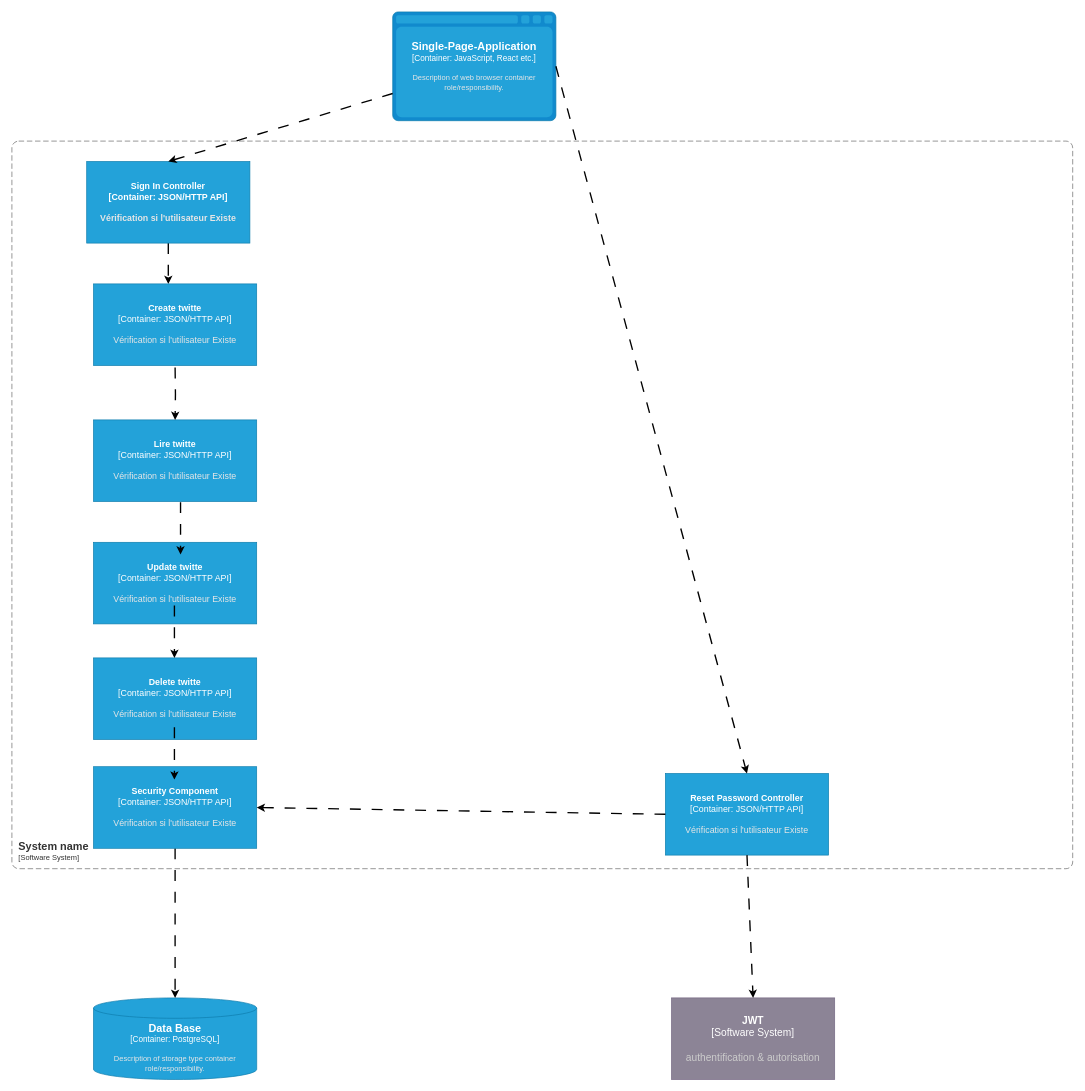
The draw.io diagram page "composant" (3 of 4) of Diagramme sans nom.drawio in SALVA243/AP-TWITTER, before the edit. Source tidied: cells renumbered, new cells numbered last; positions are measured from the earlier drawing's top-left corner, leaving out a move shared by most shapes. Both pictures are drawn from the tidied source at 68%, with x=0, y=0 at pixel (12, 12).
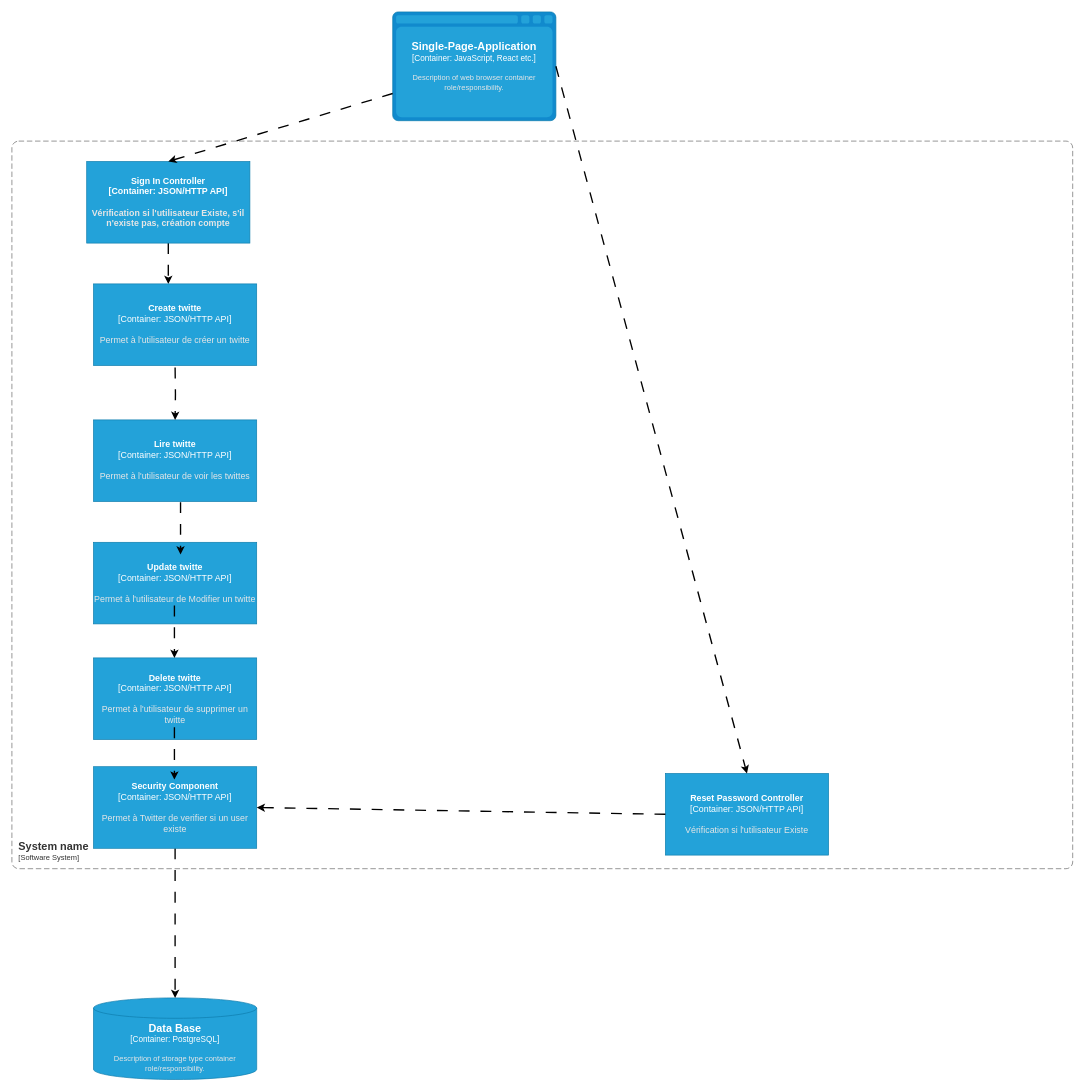
Above is the later version.

The change refers to these unchanged cells:
```xml
<object id="8" label="&lt;font style=&quot;font-size: 13px;&quot;&gt;&lt;b style=&quot;font-size: 13px;&quot;&gt;%c4Name%&lt;/b&gt;&lt;/font&gt;&lt;div style=&quot;font-size: 13px;&quot;&gt;[%c4Type%: %c4Technology%]&lt;/div&gt;&lt;br style=&quot;font-size: 13px;&quot;&gt;&lt;div style=&quot;font-size: 13px;&quot;&gt;&lt;font style=&quot;font-size: 13px;&quot;&gt;&lt;font color=&quot;#E6E6E6&quot; style=&quot;font-size: 13px;&quot;&gt;%c4Description%&lt;/font&gt;&lt;/font&gt;&lt;/div&gt;" c4Description="Vérification si l'utilisateur Existe" c4Name="Reset Password Controller" c4Technology="JSON/HTTP API" c4Type="Container" placeholders="1">
  <mxCell style="rounded=1;whiteSpace=wrap;html=1;fontSize=13;labelBackgroundColor=none;fillColor=#23A2D9;fontColor=#ffffff;align=center;arcSize=0;strokeColor=#0E7DAD;points=[[0.25,0,0],[0.5,0,0],[0.75,0,0],[1,0.25,0],[1,0.5,0],[1,0.75,0],[0.75,1,0],[0.5,1,0],[0.25,1,0],[0,0.75,0],[0,0.5,0],[0,0.25,0]];" parent="1" vertex="1">
    <mxGeometry x="961" y="1120" width="240" height="120" as="geometry" />
  </mxCell>
</object>
```

Change to the diagram source:
```diff
@@
-    <object id="2" label="&lt;font style=&quot;font-size: 15px;&quot;&gt;&lt;b style=&quot;font-size: 15px;&quot;&gt;%c4Name%&lt;/b&gt;&lt;/font&gt;&lt;div style=&quot;font-size: 15px;&quot;&gt;[%c4Type%]&lt;/div&gt;&lt;br style=&quot;font-size: 15px;&quot;&gt;&lt;div style=&quot;font-size: 15px;&quot;&gt;&lt;font style=&quot;font-size: 15px;&quot;&gt;&lt;font color=&quot;#cccccc&quot; style=&quot;font-size: 15px;&quot;&gt;%c4Description%&lt;/font&gt;&lt;/font&gt;&lt;/div&gt;" c4Description="authentification &amp; autorisation" c4Name="JWT" c4Type="Software System" placeholders="1">
-      <mxCell style="rounded=1;whiteSpace=wrap;html=1;labelBackgroundColor=none;fillColor=#8C8496;fontColor=#ffffff;align=center;arcSize=0;strokeColor=#736782;points=[[0.25,0,0],[0.5,0,0],[0.75,0,0],[1,0.25,0],[1,0.5,0],[1,0.75,0],[0.75,1,0],[0.5,1,0],[0.25,1,0],[0,0.75,0],[0,0.5,0],[0,0.25,0]];fontSize=15;" parent="1" vertex="1">
-        <mxGeometry x="970" y="1450" width="240" height="120" as="geometry" />
-      </mxCell>
-    </object>
@@
-    <object id="5" label="&lt;font style=&quot;font-size: 13px;&quot;&gt;&lt;span style=&quot;font-size: 13px;&quot;&gt;%c4Name%&lt;/span&gt;&lt;/font&gt;&lt;div style=&quot;font-size: 13px;&quot;&gt;[%c4Type%: %c4Technology%]&lt;/div&gt;&lt;br style=&quot;font-size: 13px;&quot;&gt;&lt;div style=&quot;font-size: 13px;&quot;&gt;&lt;font style=&quot;font-size: 13px;&quot;&gt;&lt;font color=&quot;#E6E6E6&quot; style=&quot;font-size: 13px;&quot;&gt;%c4Description%&lt;/font&gt;&lt;/font&gt;&lt;/div&gt;" c4Description="Vérification si l'utilisateur Existe" c4Name="Sign In Controller" c4Technology="JSON/HTTP API" c4Type="Container" placeholders="1">
+    <object id="5" label="&lt;font style=&quot;font-size: 13px;&quot;&gt;&lt;span style=&quot;font-size: 13px;&quot;&gt;%c4Name%&lt;/span&gt;&lt;/font&gt;&lt;div style=&quot;font-size: 13px;&quot;&gt;[%c4Type%: %c4Technology%]&lt;/div&gt;&lt;br style=&quot;font-size: 13px;&quot;&gt;&lt;div style=&quot;font-size: 13px;&quot;&gt;&lt;font style=&quot;font-size: 13px;&quot;&gt;&lt;font color=&quot;#E6E6E6&quot; style=&quot;font-size: 13px;&quot;&gt;%c4Description%&lt;/font&gt;&lt;/font&gt;&lt;/div&gt;" c4Description="Vérification si l'utilisateur Existe, s'il n'existe pas, création compte" c4Name="Sign In Controller" c4Technology="JSON/HTTP API" c4Type="Container" placeholders="1">
       <mxCell style="rounded=1;whiteSpace=wrap;html=1;fontSize=13;labelBackgroundColor=none;fillColor=#23A2D9;fontColor=#ffffff;align=center;arcSize=0;strokeColor=#0E7DAD;points=[[0.25,0,0],[0.5,0,0],[0.75,0,0],[1,0.25,0],[1,0.5,0],[1,0.75,0],[0.75,1,0],[0.5,1,0],[0.25,1,0],[0,0.75,0],[0,0.5,0],[0,0.25,0]];fontStyle=1;" parent="1" vertex="1">
         <mxGeometry x="110" y="220" width="240" height="120" as="geometry" />
       </mxCell>
     </object>
@@
-    <object id="10" label="&lt;font style=&quot;font-size: 13px;&quot;&gt;&lt;b style=&quot;font-size: 13px;&quot;&gt;%c4Name%&lt;/b&gt;&lt;/font&gt;&lt;div style=&quot;font-size: 13px;&quot;&gt;[%c4Type%: %c4Technology%]&lt;/div&gt;&lt;br style=&quot;font-size: 13px;&quot;&gt;&lt;div style=&quot;font-size: 13px;&quot;&gt;&lt;font style=&quot;font-size: 13px;&quot;&gt;&lt;font color=&quot;#E6E6E6&quot; style=&quot;font-size: 13px;&quot;&gt;%c4Description%&lt;/font&gt;&lt;/font&gt;&lt;/div&gt;" c4Description="Vérification si l'utilisateur Existe" c4Name="Security Component" c4Technology="JSON/HTTP API" c4Type="Container" placeholders="1">
+    <object id="10" label="&lt;font style=&quot;font-size: 13px;&quot;&gt;&lt;b style=&quot;font-size: 13px;&quot;&gt;%c4Name%&lt;/b&gt;&lt;/font&gt;&lt;div style=&quot;font-size: 13px;&quot;&gt;[%c4Type%: %c4Technology%]&lt;/div&gt;&lt;br style=&quot;font-size: 13px;&quot;&gt;&lt;div style=&quot;font-size: 13px;&quot;&gt;&lt;font style=&quot;font-size: 13px;&quot;&gt;&lt;font color=&quot;#E6E6E6&quot; style=&quot;font-size: 13px;&quot;&gt;%c4Description%&lt;/font&gt;&lt;/font&gt;&lt;/div&gt;" c4Description="Permet à Twitter de verifier si un user existe " c4Name="Security Component" c4Technology="JSON/HTTP API" c4Type="Container" placeholders="1">
       <mxCell style="rounded=1;whiteSpace=wrap;html=1;fontSize=13;labelBackgroundColor=none;fillColor=#23A2D9;fontColor=#ffffff;align=center;arcSize=0;strokeColor=#0E7DAD;points=[[0.25,0,0],[0.5,0,0],[0.75,0,0],[1,0.25,0],[1,0.5,0],[1,0.75,0],[0.75,1,0],[0.5,1,0],[0.25,1,0],[0,0.75,0],[0,0.5,0],[0,0.25,0]];" parent="1" vertex="1">
         <mxGeometry x="120" y="1110" width="240" height="120" as="geometry" />
       </mxCell>
     </object>
@@
-    <mxCell id="13" style="endArrow=classic;html=1;rounded=0;entryX=0.5;entryY=0;entryDx=0;entryDy=0;entryPerimeter=0;exitX=0.5;exitY=1;exitDx=0;exitDy=0;exitPerimeter=0;dashed=1;dashPattern=8 8;strokeWidth=2;" parent="1" edge="1" source="8" target="2">
-      <mxGeometry relative="1" as="geometry" />
-    </mxCell>
@@
-    <object id="15" label="&lt;font style=&quot;font-size: 13px;&quot;&gt;&lt;b style=&quot;font-size: 13px;&quot;&gt;%c4Name%&lt;/b&gt;&lt;/font&gt;&lt;div style=&quot;font-size: 13px;&quot;&gt;[%c4Type%: %c4Technology%]&lt;/div&gt;&lt;br style=&quot;font-size: 13px;&quot;&gt;&lt;div style=&quot;font-size: 13px;&quot;&gt;&lt;font style=&quot;font-size: 13px;&quot;&gt;&lt;font color=&quot;#E6E6E6&quot; style=&quot;font-size: 13px;&quot;&gt;%c4Description%&lt;/font&gt;&lt;/font&gt;&lt;/div&gt;" c4Description="Vérification si l'utilisateur Existe" c4Name="Create twitte" c4Technology="JSON/HTTP API" c4Type="Container" placeholders="1">
+    <object id="15" label="&lt;font style=&quot;font-size: 13px;&quot;&gt;&lt;b style=&quot;font-size: 13px;&quot;&gt;%c4Name%&lt;/b&gt;&lt;/font&gt;&lt;div style=&quot;font-size: 13px;&quot;&gt;[%c4Type%: %c4Technology%]&lt;/div&gt;&lt;br style=&quot;font-size: 13px;&quot;&gt;&lt;div style=&quot;font-size: 13px;&quot;&gt;&lt;font style=&quot;font-size: 13px;&quot;&gt;&lt;font color=&quot;#E6E6E6&quot; style=&quot;font-size: 13px;&quot;&gt;%c4Description%&lt;/font&gt;&lt;/font&gt;&lt;/div&gt;" c4Description="Permet à l'utilisateur de créer un twitte" c4Name="Create twitte" c4Technology="JSON/HTTP API" c4Type="Container" placeholders="1">
       <mxCell style="rounded=1;whiteSpace=wrap;html=1;fontSize=13;labelBackgroundColor=none;fillColor=#23A2D9;fontColor=#ffffff;align=center;arcSize=0;strokeColor=#0E7DAD;" parent="1" vertex="1">
         <mxGeometry x="120" y="400" width="240" height="120" as="geometry" />
       </mxCell>
     </object>
-    <object id="16" label="&lt;font style=&quot;font-size: 13px;&quot;&gt;&lt;b style=&quot;font-size: 13px;&quot;&gt;%c4Name%&lt;/b&gt;&lt;/font&gt;&lt;div style=&quot;font-size: 13px;&quot;&gt;[%c4Type%: %c4Technology%]&lt;/div&gt;&lt;br style=&quot;font-size: 13px;&quot;&gt;&lt;div style=&quot;font-size: 13px;&quot;&gt;&lt;font style=&quot;font-size: 13px;&quot;&gt;&lt;font color=&quot;#E6E6E6&quot; style=&quot;font-size: 13px;&quot;&gt;%c4Description%&lt;/font&gt;&lt;/font&gt;&lt;/div&gt;" c4Description="Vérification si l'utilisateur Existe" c4Name="Lire twitte" c4Technology="JSON/HTTP API" c4Type="Container" placeholders="1">
+    <object id="16" label="&lt;font style=&quot;font-size: 13px;&quot;&gt;&lt;b style=&quot;font-size: 13px;&quot;&gt;%c4Name%&lt;/b&gt;&lt;/font&gt;&lt;div style=&quot;font-size: 13px;&quot;&gt;[%c4Type%: %c4Technology%]&lt;/div&gt;&lt;br style=&quot;font-size: 13px;&quot;&gt;&lt;div style=&quot;font-size: 13px;&quot;&gt;&lt;font style=&quot;font-size: 13px;&quot;&gt;&lt;font color=&quot;#E6E6E6&quot; style=&quot;font-size: 13px;&quot;&gt;%c4Description%&lt;/font&gt;&lt;/font&gt;&lt;/div&gt;" c4Description="Permet à l'utilisateur de voir les twittes" c4Name="Lire twitte" c4Technology="JSON/HTTP API" c4Type="Container" placeholders="1">
       <mxCell style="rounded=1;whiteSpace=wrap;html=1;fontSize=13;labelBackgroundColor=none;fillColor=#23A2D9;fontColor=#ffffff;align=center;arcSize=0;strokeColor=#0E7DAD;points=[[0.25,0,0],[0.5,0,0],[0.75,0,0],[1,0.25,0],[1,0.5,0],[1,0.75,0],[0.75,1,0],[0.5,1,0],[0.25,1,0],[0,0.75,0],[0,0.5,0],[0,0.25,0]];" parent="1" vertex="1">
         <mxGeometry x="120" y="600" width="240" height="120" as="geometry" />
       </mxCell>
     </object>
-    <object id="17" label="&lt;font style=&quot;font-size: 13px;&quot;&gt;&lt;b style=&quot;font-size: 13px;&quot;&gt;%c4Name%&lt;/b&gt;&lt;/font&gt;&lt;div style=&quot;font-size: 13px;&quot;&gt;[%c4Type%: %c4Technology%]&lt;/div&gt;&lt;br style=&quot;font-size: 13px;&quot;&gt;&lt;div style=&quot;font-size: 13px;&quot;&gt;&lt;font style=&quot;font-size: 13px;&quot;&gt;&lt;font color=&quot;#E6E6E6&quot; style=&quot;font-size: 13px;&quot;&gt;%c4Description%&lt;/font&gt;&lt;/font&gt;&lt;/div&gt;" c4Description="Vérification si l'utilisateur Existe" c4Name="Update twitte" c4Technology="JSON/HTTP API" c4Type="Container" placeholders="1">
+    <object id="17" label="&lt;font style=&quot;font-size: 13px;&quot;&gt;&lt;b style=&quot;font-size: 13px;&quot;&gt;%c4Name%&lt;/b&gt;&lt;/font&gt;&lt;div style=&quot;font-size: 13px;&quot;&gt;[%c4Type%: %c4Technology%]&lt;/div&gt;&lt;br style=&quot;font-size: 13px;&quot;&gt;&lt;div style=&quot;font-size: 13px;&quot;&gt;&lt;font style=&quot;font-size: 13px;&quot;&gt;&lt;font color=&quot;#E6E6E6&quot; style=&quot;font-size: 13px;&quot;&gt;%c4Description%&lt;/font&gt;&lt;/font&gt;&lt;/div&gt;" c4Description="Permet à l'utilisateur de Modifier un twitte" c4Name="Update twitte" c4Technology="JSON/HTTP API" c4Type="Container" placeholders="1">
       <mxCell style="rounded=1;whiteSpace=wrap;html=1;fontSize=13;labelBackgroundColor=none;fillColor=#23A2D9;fontColor=#ffffff;align=center;arcSize=0;strokeColor=#0E7DAD;" parent="1" vertex="1">
         <mxGeometry x="120" y="780" width="240" height="120" as="geometry" />
       </mxCell>
     </object>
-    <object id="18" label="&lt;font style=&quot;font-size: 13px;&quot;&gt;&lt;b style=&quot;font-size: 13px;&quot;&gt;%c4Name%&lt;/b&gt;&lt;/font&gt;&lt;div style=&quot;font-size: 13px;&quot;&gt;[%c4Type%: %c4Technology%]&lt;/div&gt;&lt;br style=&quot;font-size: 13px;&quot;&gt;&lt;div style=&quot;font-size: 13px;&quot;&gt;&lt;font style=&quot;font-size: 13px;&quot;&gt;&lt;font color=&quot;#E6E6E6&quot; style=&quot;font-size: 13px;&quot;&gt;%c4Description%&lt;/font&gt;&lt;/font&gt;&lt;/div&gt;" c4Description="Vérification si l'utilisateur Existe" c4Name="Delete twitte" c4Technology="JSON/HTTP API" c4Type="Container" placeholders="1">
+    <object id="18" label="&lt;font style=&quot;font-size: 13px;&quot;&gt;&lt;b style=&quot;font-size: 13px;&quot;&gt;%c4Name%&lt;/b&gt;&lt;/font&gt;&lt;div style=&quot;font-size: 13px;&quot;&gt;[%c4Type%: %c4Technology%]&lt;/div&gt;&lt;br style=&quot;font-size: 13px;&quot;&gt;&lt;div style=&quot;font-size: 13px;&quot;&gt;&lt;font style=&quot;font-size: 13px;&quot;&gt;&lt;font color=&quot;#E6E6E6&quot; style=&quot;font-size: 13px;&quot;&gt;%c4Description%&lt;/font&gt;&lt;/font&gt;&lt;/div&gt;" c4Description="Permet à l'utilisateur de supprimer un twitte" c4Name="Delete twitte" c4Technology="JSON/HTTP API" c4Type="Container" placeholders="1">
       <mxCell style="rounded=1;whiteSpace=wrap;html=1;fontSize=13;labelBackgroundColor=none;fillColor=#23A2D9;fontColor=#ffffff;align=center;arcSize=0;strokeColor=#0E7DAD;" parent="1" vertex="1">
         <mxGeometry x="120" y="950" width="240" height="120" as="geometry" />
       </mxCell>
     </object>
```
